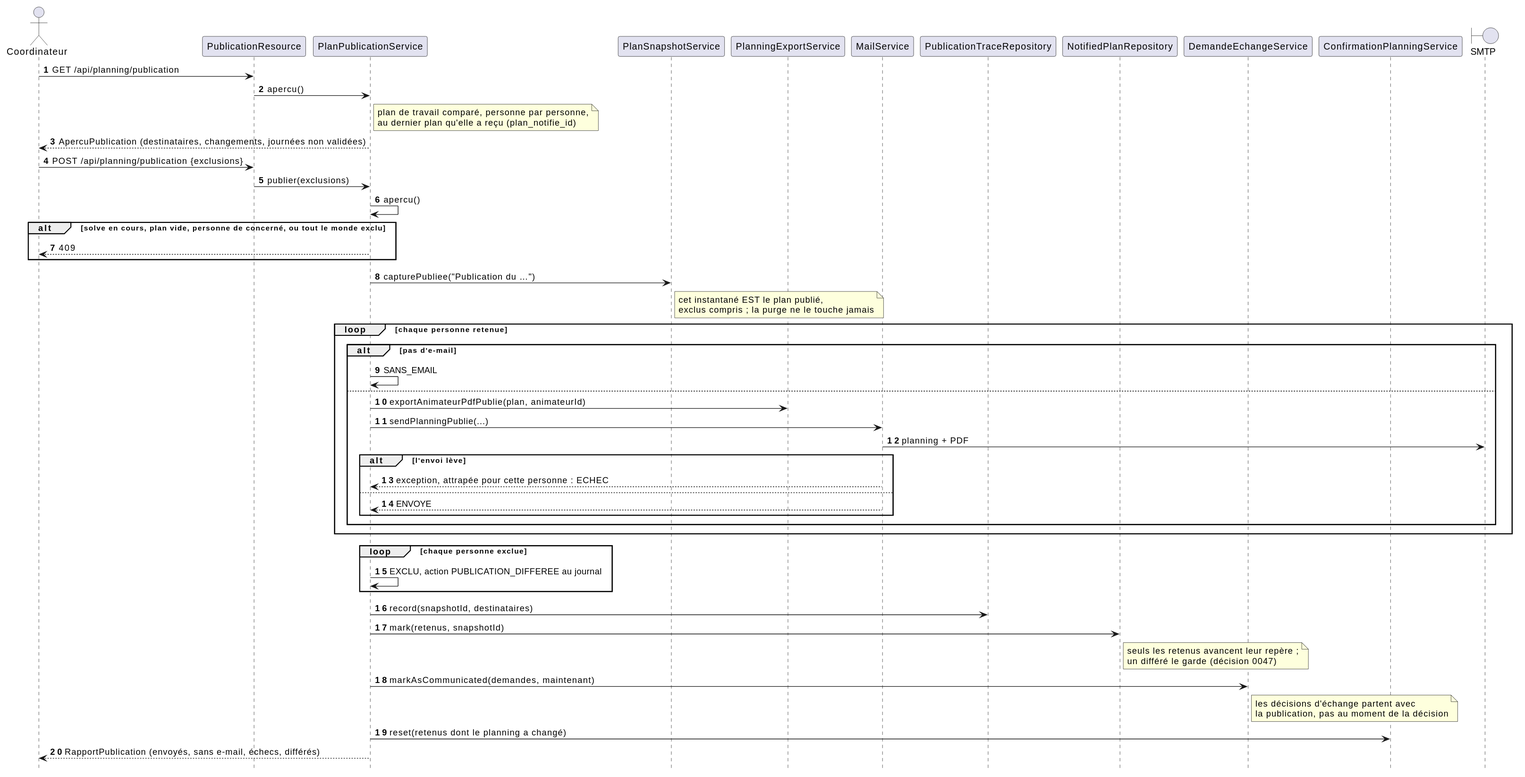
This is docs/diagrammes/publication.svg from sylvainmetayer/planning-equipes, a PlantUML export, as it was before one commit.
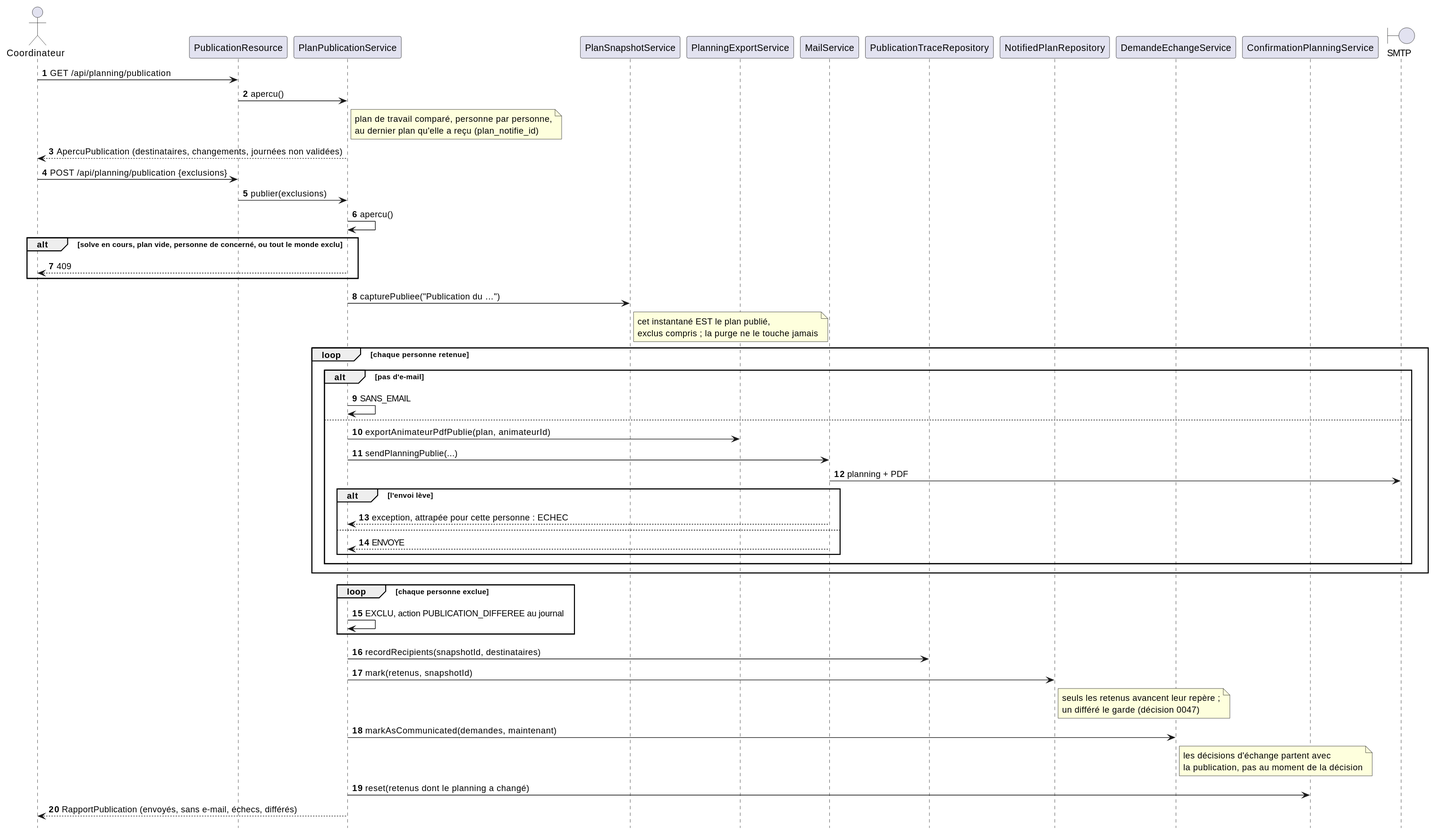
The same file after the commit.

What changed in the source:
```diff
@@ -46,7 +46,7 @@
 loop chaque personne exclue
   publication -> publication : EXCLU, action PUBLICATION_DIFFEREE au journal
 end
-publication -> traces : record(snapshotId, destinataires)
+publication -> traces : recordRecipients(snapshotId, destinataires)
 publication -> reperes : mark(retenus, snapshotId)
 note right of reperes : seuls les retenus avancent leur repère ;\nun différé le garde (décision 0047)
 publication -> echanges : markAsCommunicated(demandes, maintenant)
```
